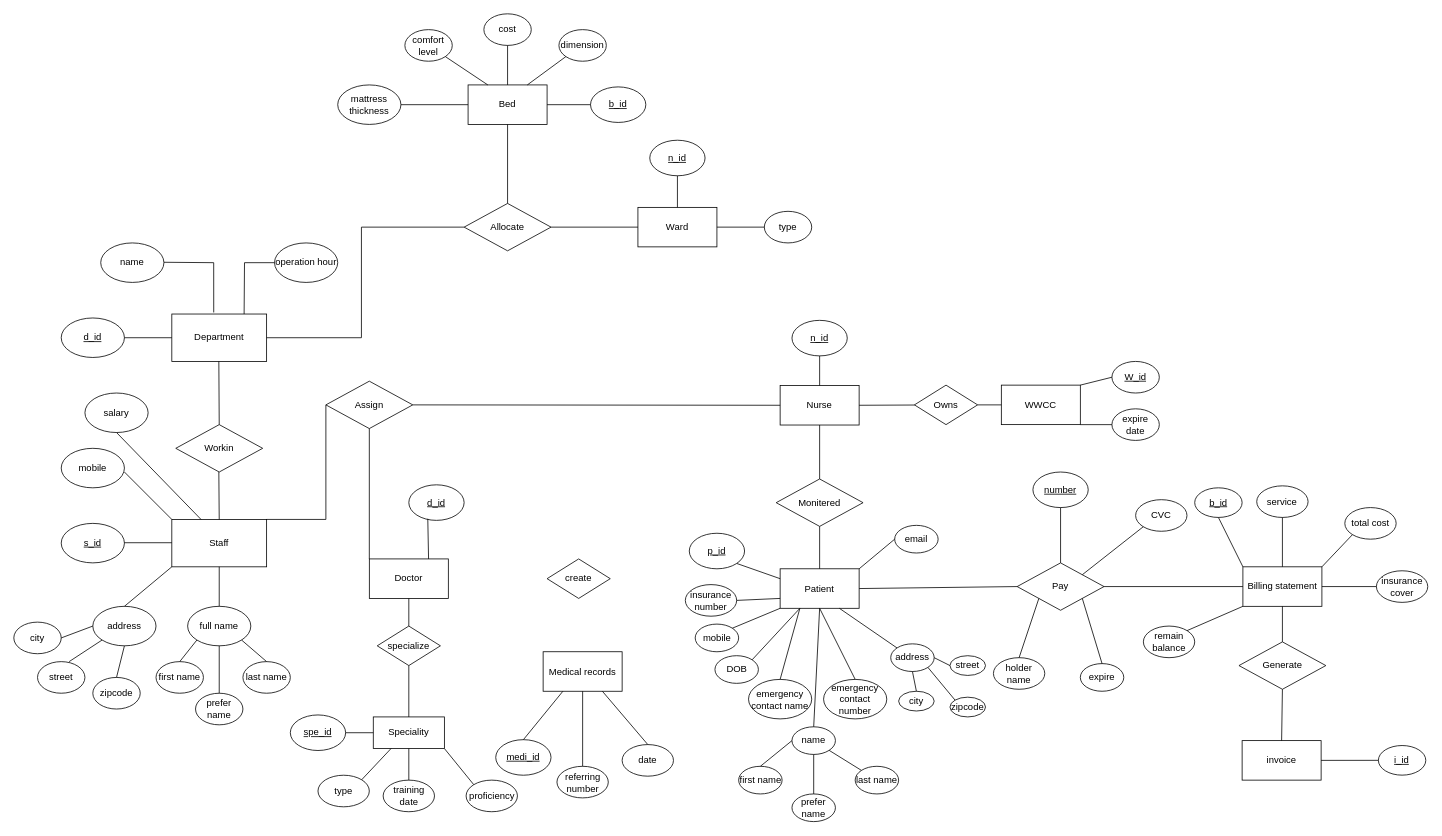
This is COMP9120 Assignment 1 E-R diagram.drawio from Hu1999824/hello-world, a draw.io file, before an edit. Source tidied: cells renumbered, new cells numbered last; positions are measured from the earlier drawing's top-left corner, leaving out a move shared by most shapes. Both pictures are drawn from the tidied source at 79%, with x=0, y=0 at pixel (13, 13).
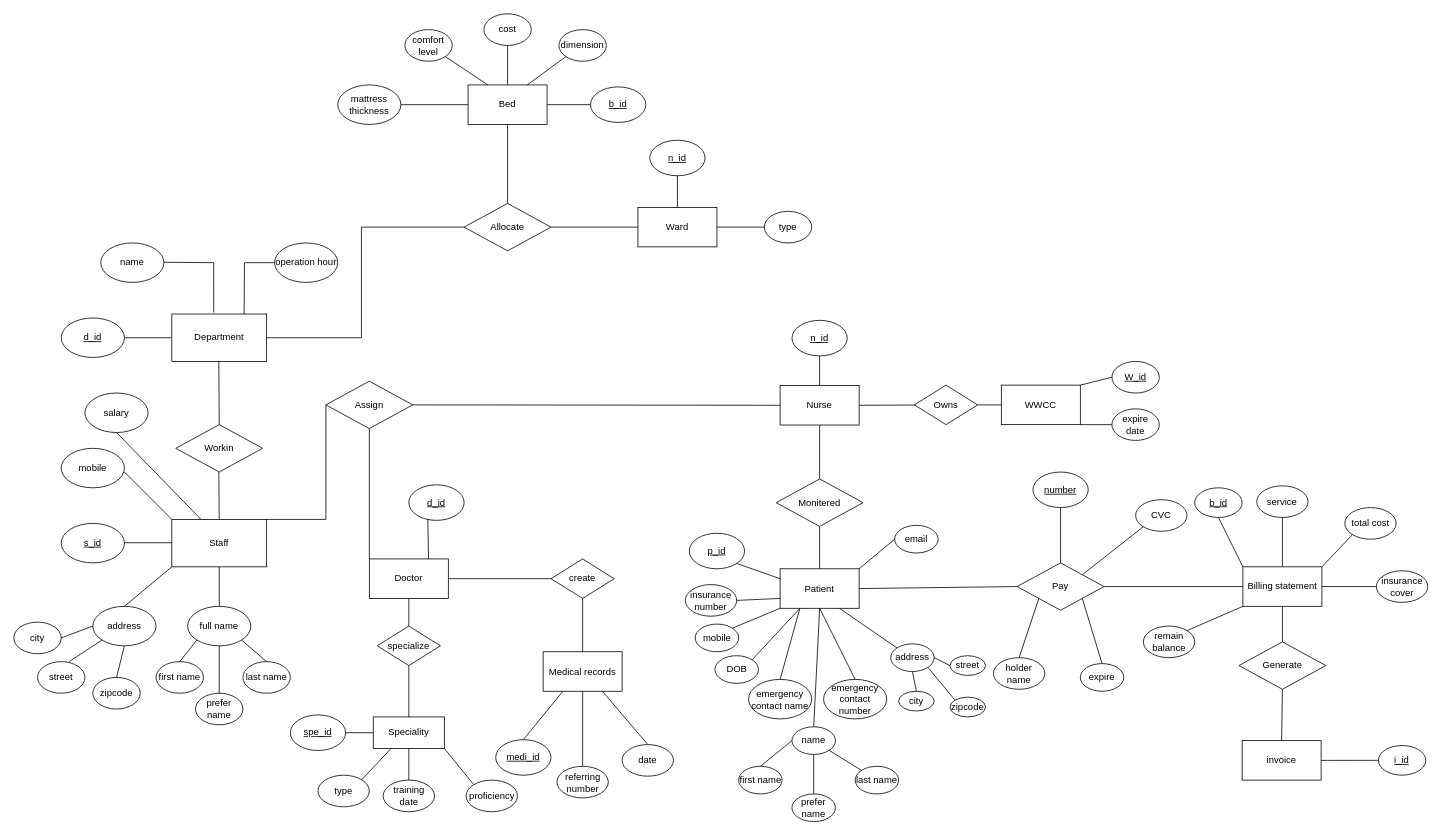
Above is the later version.

The change refers to these unchanged cells:
```xml
<mxCell id="45" value="Doctor" style="rounded=0;whiteSpace=wrap;html=1;" parent="1" vertex="1">
  <mxGeometry x="450" y="690" width="100" height="50" as="geometry" />
</mxCell>
<mxCell id="148" value="Medical records" style="rounded=0;whiteSpace=wrap;html=1;" parent="1" vertex="1">
  <mxGeometry x="670" y="807.5" width="100" height="50" as="geometry" />
</mxCell>
```

Diff of the diagram source:
```diff
@@
     <mxCell id="147" value="create" style="rhombus;whiteSpace=wrap;html=1;" parent="1" vertex="1">
-      <mxGeometry x="675" y="690" width="80" height="50" as="geometry" />
+      <mxGeometry x="680" y="690" width="80" height="50" as="geometry" />
     </mxCell>
@@
+    <mxCell id="155" style="endArrow=none;html=1;rounded=0;exitX=1;exitY=0.5;exitDx=0;exitDy=0;entryX=0;entryY=0.5;entryDx=0;entryDy=0;" parent="1" edge="1" source="45" target="147">
+      <mxGeometry relative="1" as="geometry" />
+    </mxCell>
+    <mxCell id="156" style="endArrow=none;html=1;rounded=0;entryX=0.5;entryY=1;entryDx=0;entryDy=0;exitX=0.5;exitY=0;exitDx=0;exitDy=0;" parent="1" edge="1" source="148" target="147">
+      <mxGeometry relative="1" as="geometry" />
+    </mxCell>
```
